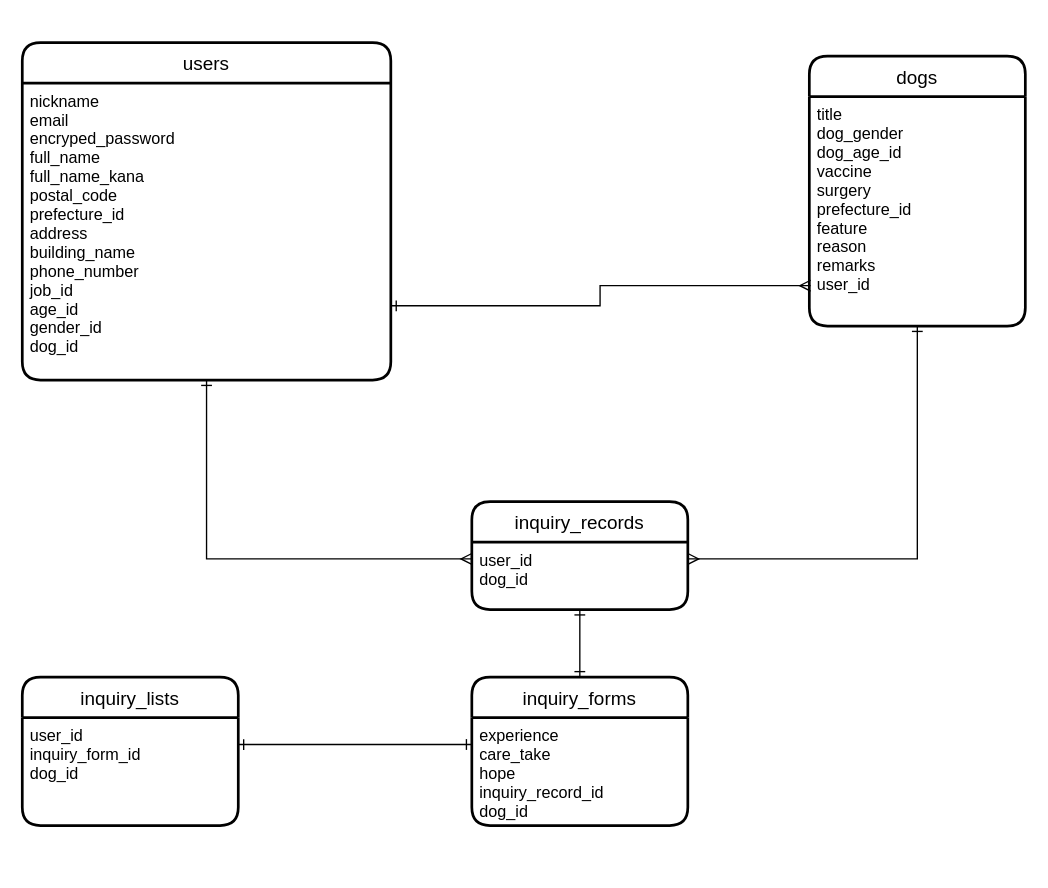
Earlier version of the draw.io diagram dog_home.dio (be-chan/dogs-home). Source tidied: cells renumbered, new cells numbered last; positions are measured from the earlier drawing's top-left corner, leaving out a move shared by most shapes. Both pictures are drawn from the tidied source at 135%, with x=0, y=0 at pixel (22, 42).
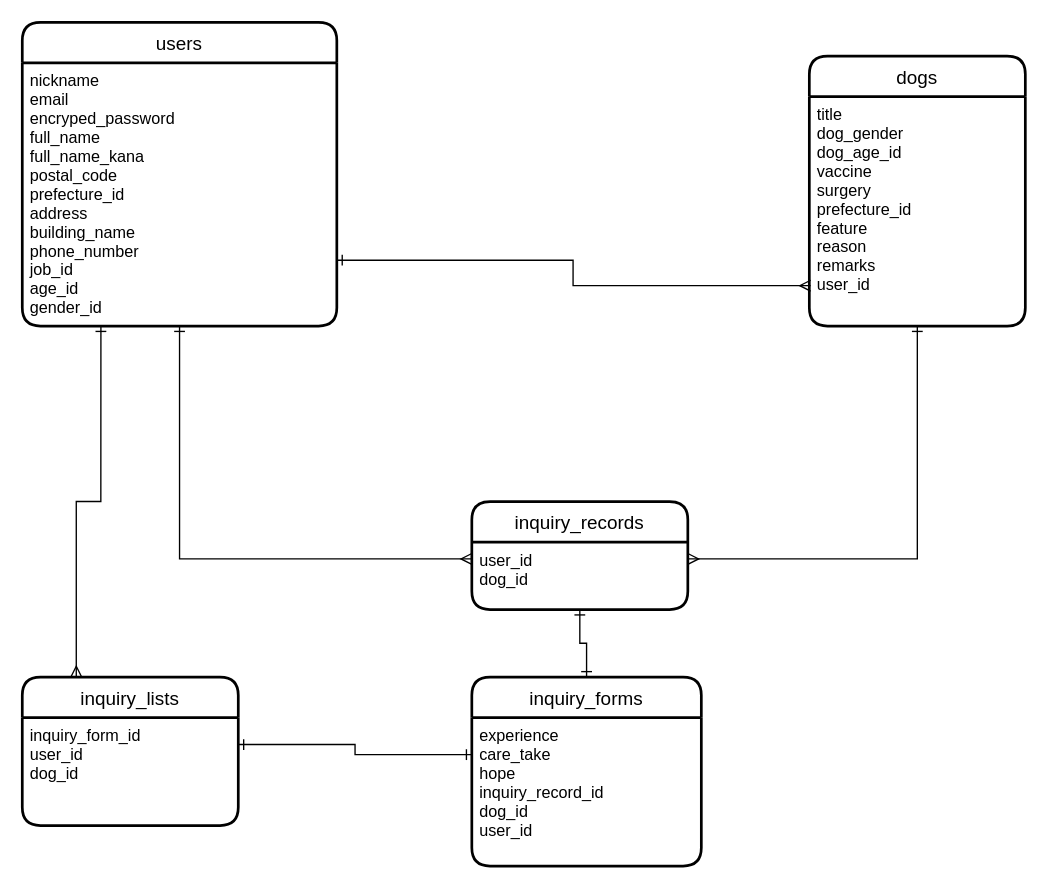
The same diagram, later.

Change to the diagram source:
```diff
@@
 <mxGraphModel>
   <root>
     <mxCell id="0" />
     <mxCell id="1" parent="0" />
     <mxCell id="2" value="users" style="swimlane;horizontal=1;startSize=30;rounded=1;fontSize=14;fontStyle=0;strokeWidth=2;shadow=0;dashed=0;align=center;" parent="1" vertex="1">
-      <mxGeometry width="273" height="250" as="geometry" />
+      <mxGeometry y="-15" width="233" height="225" as="geometry" />
     </mxCell>
-    <mxCell id="3" value="nickname&#10;email&#10;encryped_password&#10;full_name&#10;full_name_kana&#10;postal_code&#10;prefecture_id&#10;address&#10;building_name&#10;phone_number&#10;job_id&#10;age_id&#10;gender_id&#10;dog_id&#10;" style="align=left;strokeColor=none;fillColor=none;spacingLeft=4;fontSize=12;verticalAlign=top;" parent="2" vertex="1">
-      <mxGeometry y="30" width="273" height="220" as="geometry" />
+    <mxCell id="3" value="nickname&#10;email&#10;encryped_password&#10;full_name&#10;full_name_kana&#10;postal_code&#10;prefecture_id&#10;address&#10;building_name&#10;phone_number&#10;job_id&#10;age_id&#10;gender_id" style="align=left;strokeColor=none;fillColor=none;spacingLeft=4;fontSize=12;verticalAlign=top;" parent="2" vertex="1">
+      <mxGeometry y="30" width="233" height="195" as="geometry" />
     </mxCell>
     <mxCell id="4" value="dogs" style="swimlane;horizontal=1;startSize=30;rounded=1;fontSize=14;fontStyle=0;strokeWidth=2;shadow=0;dashed=0;align=center;" parent="1" vertex="1">
       <mxGeometry x="583" y="10" width="160" height="200" as="geometry" />
     </mxCell>
     <mxCell id="5" value="title&#10;dog_gender&#10;dog_age_id&#10;vaccine&#10;surgery&#10;prefecture_id&#10;feature&#10;reason&#10;remarks&#10;user_id" style="align=left;strokeColor=none;fillColor=none;spacingLeft=4;fontSize=12;verticalAlign=top;" parent="4" vertex="1">
       <mxGeometry y="30" width="160" height="170" as="geometry" />
     </mxCell>
     <mxCell id="6" value="inquiry_forms" style="swimlane;horizontal=1;startSize=30;rounded=1;fontSize=14;fontStyle=0;strokeWidth=2;shadow=0;dashed=0;align=center;" parent="1" vertex="1">
-      <mxGeometry x="333" y="470" width="160" height="110" as="geometry" />
+      <mxGeometry x="333" y="470" width="170" height="140" as="geometry" />
     </mxCell>
-    <mxCell id="7" value="experience&#10;care_take&#10;hope&#10;inquiry_record_id&#10;dog_id&#10;" style="align=left;strokeColor=none;fillColor=none;spacingLeft=4;fontSize=12;verticalAlign=top;" parent="6" vertex="1">
-      <mxGeometry y="30" width="160" height="80" as="geometry" />
+    <mxCell id="7" value="experience&#10;care_take&#10;hope&#10;inquiry_record_id&#10;dog_id&#10;user_id" style="align=left;strokeColor=none;fillColor=none;spacingLeft=4;fontSize=12;verticalAlign=top;" parent="6" vertex="1">
+      <mxGeometry y="30" width="170" height="110" as="geometry" />
     </mxCell>
     <mxCell id="8" value="inquiry_records" style="swimlane;horizontal=1;startSize=30;rounded=1;fontSize=14;fontStyle=0;strokeWidth=2;shadow=0;dashed=0;align=center;" parent="1" vertex="1">
       <mxGeometry x="333" y="340" width="160" height="80" as="geometry" />
     </mxCell>
     <mxCell id="9" value="user_id&#10;dog_id" style="align=left;strokeColor=none;fillColor=none;spacingLeft=4;fontSize=12;verticalAlign=top;" parent="8" vertex="1">
       <mxGeometry y="30" width="160" height="50" as="geometry" />
     </mxCell>
     <mxCell id="10" style="edgeStyle=orthogonalEdgeStyle;rounded=0;jettySize=auto;html=1;exitX=1;exitY=0.75;exitDx=0;exitDy=0;entryX=0.006;entryY=0.824;entryDx=0;entryDy=0;entryPerimeter=0;startArrow=ERone;startFill=0;endArrow=ERmany;endFill=0;" parent="1" edge="1" source="3" target="5">
       <mxGeometry relative="1" as="geometry" />
     </mxCell>
     <mxCell id="11" style="edgeStyle=orthogonalEdgeStyle;rounded=0;jettySize=auto;html=1;exitX=0.5;exitY=1;exitDx=0;exitDy=0;entryX=0.5;entryY=0;entryDx=0;entryDy=0;startArrow=ERone;startFill=0;endArrow=ERone;endFill=0;" parent="1" edge="1" source="9" target="6">
       <mxGeometry relative="1" as="geometry" />
     </mxCell>
     <mxCell id="12" style="edgeStyle=orthogonalEdgeStyle;rounded=0;jettySize=auto;html=1;exitX=0.5;exitY=1;exitDx=0;exitDy=0;entryX=0;entryY=0.25;entryDx=0;entryDy=0;startArrow=ERone;startFill=0;endArrow=ERmany;endFill=0;" parent="1" edge="1" source="3" target="9">
       <mxGeometry relative="1" as="geometry" />
     </mxCell>
     <mxCell id="13" style="edgeStyle=orthogonalEdgeStyle;rounded=0;jettySize=auto;html=1;exitX=0.5;exitY=1;exitDx=0;exitDy=0;entryX=1;entryY=0.25;entryDx=0;entryDy=0;startArrow=ERone;startFill=0;endArrow=ERmany;endFill=0;" parent="1" edge="1" source="5" target="9">
       <mxGeometry relative="1" as="geometry" />
     </mxCell>
     <mxCell id="14" value="inquiry_lists" style="swimlane;horizontal=1;startSize=30;rounded=1;fontSize=14;fontStyle=0;strokeWidth=2;shadow=0;dashed=0;align=center;" parent="1" vertex="1">
       <mxGeometry y="470" width="160" height="110" as="geometry" />
     </mxCell>
-    <mxCell id="15" value="user_id&#10;inquiry_form_id&#10;dog_id" style="align=left;strokeColor=none;fillColor=none;spacingLeft=4;fontSize=12;verticalAlign=top;" parent="14" vertex="1">
+    <mxCell id="15" value="inquiry_form_id&#10;user_id&#10;dog_id" style="align=left;strokeColor=none;fillColor=none;spacingLeft=4;fontSize=12;verticalAlign=top;" parent="14" vertex="1">
       <mxGeometry y="30" width="160" height="80" as="geometry" />
     </mxCell>
     <mxCell id="16" style="edgeStyle=orthogonalEdgeStyle;rounded=0;jettySize=auto;html=1;exitX=0;exitY=0.25;exitDx=0;exitDy=0;entryX=1;entryY=0.25;entryDx=0;entryDy=0;endArrow=ERone;endFill=0;startArrow=ERone;startFill=0;" parent="1" edge="1" source="7" target="15">
       <mxGeometry relative="1" as="geometry" />
     </mxCell>
+    <mxCell id="17" style="edgeStyle=orthogonalEdgeStyle;rounded=0;jettySize=auto;html=1;exitX=0.25;exitY=1;exitDx=0;exitDy=0;entryX=0.25;entryY=0;entryDx=0;entryDy=0;endArrow=ERmany;endFill=0;startArrow=ERone;startFill=0;" parent="1" edge="1" source="3" target="14">
+      <mxGeometry relative="1" as="geometry" />
+    </mxCell>
   </root>
 </mxGraphModel>
```
